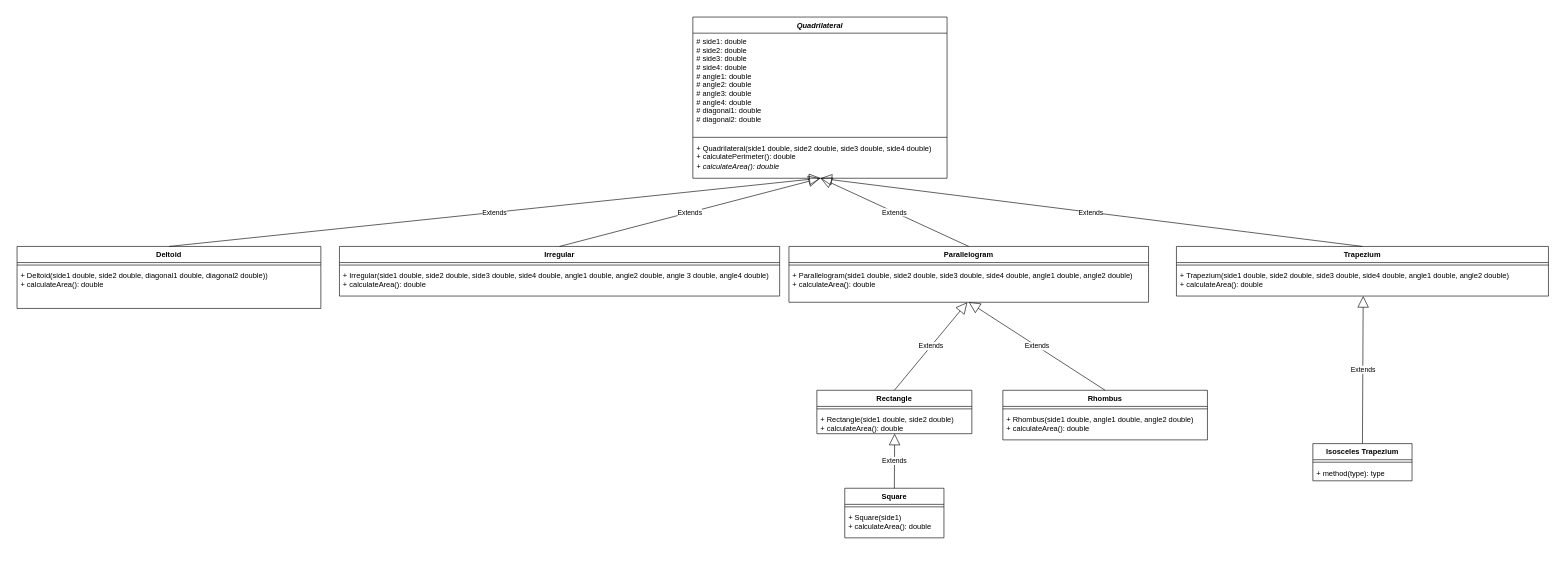
This is Week7/Inheritance_concepts/src/shapes/shapes.drawio from Julian-Florez/OOP-Project, a draw.io file, before an edit. Source tidied: cells renumbered, new cells numbered last; positions are measured from the earlier drawing's top-left corner, leaving out a move shared by most shapes. Both pictures are drawn from the tidied source at 62%, with x=0, y=0 at pixel (17, 17).
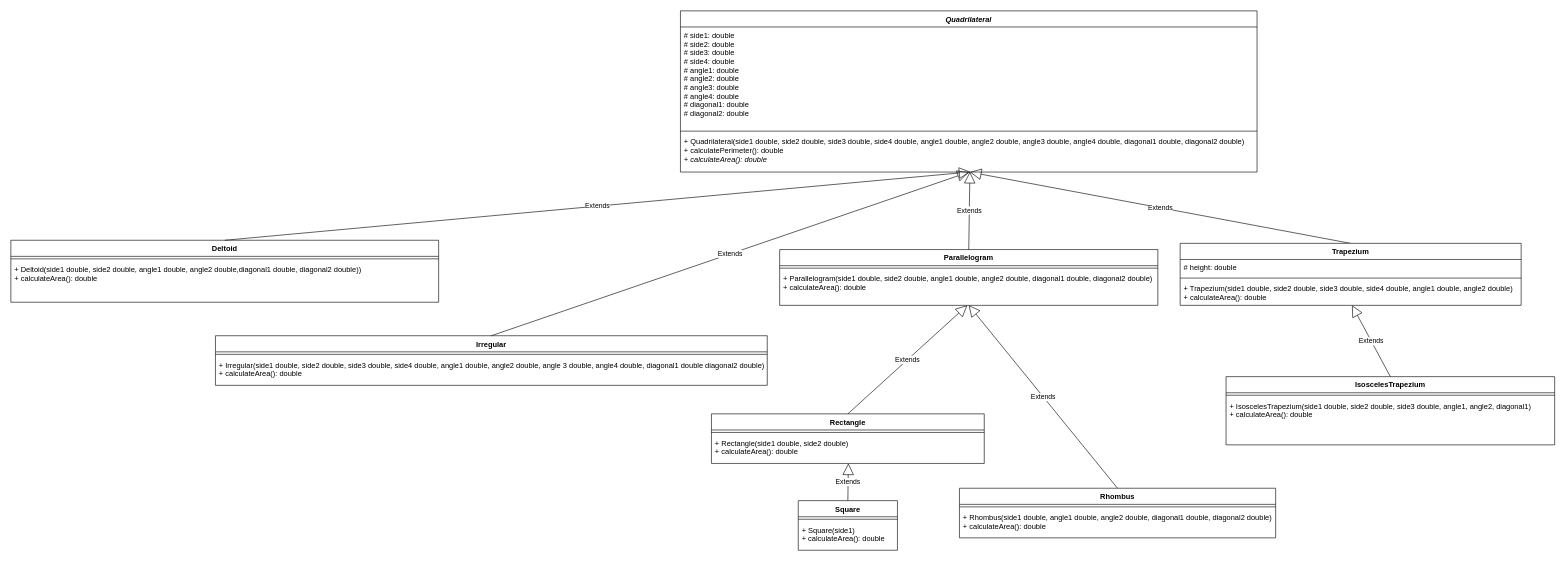
The same page after the edit.

Diff of the diagram source:
```diff
@@
     <mxCell id="2" value="Quadrilateral" style="swimlane;fontStyle=3;align=center;verticalAlign=top;horizontal=1;startSize=26;" parent="1" vertex="1">
-      <mxGeometry x="1090" width="410" height="260" as="geometry" />
+      <mxGeometry x="1070" y="-10" width="930" height="260" as="geometry" />
     </mxCell>
     <mxCell id="3" value="# side1: double&#10;# side2: double&#10;# side3: double&#10;# side4: double&#10;# angle1: double&#10;# angle2: double&#10;# angle3: double&#10;# angle4: double&#10;# diagonal1: double&#10;# diagonal2: double" style="text;strokeColor=none;fillColor=none;align=left;verticalAlign=top;spacingLeft=4;spacingRight=4;overflow=hidden;" parent="2" vertex="1">
-      <mxGeometry y="26" width="410" height="164" as="geometry" />
+      <mxGeometry y="26" width="930" height="164" as="geometry" />
     </mxCell>
     <mxCell id="4" style="line;strokeWidth=1;fillColor=none;align=left;verticalAlign=middle;spacingTop=-1;spacingLeft=3;spacingRight=3;labelPosition=right;strokeColor=inherit;" parent="2" vertex="1">
-      <mxGeometry y="190" width="410" height="8" as="geometry" />
+      <mxGeometry y="190" width="930" height="8" as="geometry" />
     </mxCell>
-    <mxCell id="5" value="+ Quadrilateral(side1 double, side2 double, side3 double, side4 double)&lt;br&gt;+ calculatePerimeter(): double&lt;br&gt;&lt;i&gt;+ calculateArea(): double&lt;/i&gt;" style="text;strokeColor=none;fillColor=none;align=left;verticalAlign=top;spacingLeft=4;spacingRight=4;overflow=hidden;points=[[0,0.5],[1,0.5]];portConstraint=eastwest;html=1;" parent="2" vertex="1">
-      <mxGeometry y="198" width="410" height="62" as="geometry" />
+    <mxCell id="5" value="+ Quadrilateral(side1 double, side2 double, side3 double, side4 double, angle1 double, angle2 double, angle3 double, angle4 double, diagonal1 double, diagonal2 double)&lt;br&gt;+ calculatePerimeter(): double&lt;br&gt;&lt;i&gt;+ calculateArea(): double&lt;/i&gt;" style="text;strokeColor=none;fillColor=none;align=left;verticalAlign=top;spacingLeft=4;spacingRight=4;overflow=hidden;points=[[0,0.5],[1,0.5]];portConstraint=eastwest;html=1;" parent="2" vertex="1">
+      <mxGeometry y="198" width="930" height="62" as="geometry" />
     </mxCell>
-    <mxCell id="6" value="Trapezium" style="swimlane;fontStyle=1;align=center;verticalAlign=top;horizontal=1;startSize=26;" parent="1" vertex="1">
-      <mxGeometry x="1870" y="370" width="600" height="80" as="geometry" />
-    </mxCell>
-    <mxCell id="7" style="line;strokeWidth=1;fillColor=none;align=left;verticalAlign=middle;spacingTop=-1;spacingLeft=3;spacingRight=3;labelPosition=right;strokeColor=inherit;" parent="6" vertex="1">
-      <mxGeometry y="26" width="600" height="8" as="geometry" />
-    </mxCell>
-    <mxCell id="8" value="+ Trapezium(side1 double, side2 double, side3 double, side4 double, angle1 double, angle2 double)&#10;+ calculateArea(): double" style="text;strokeColor=none;fillColor=none;align=left;verticalAlign=top;spacingLeft=4;spacingRight=4;overflow=hidden;points=[[0,0.5],[1,0.5]];portConstraint=eastwest;" parent="6" vertex="1">
-      <mxGeometry y="34" width="600" height="46" as="geometry" />
-    </mxCell>
     <mxCell id="9" value="Parallelogram" style="swimlane;fontStyle=1;align=center;verticalAlign=top;horizontal=1;startSize=26;" parent="1" vertex="1">
-      <mxGeometry x="1245" y="370" width="580" height="90" as="geometry" />
+      <mxGeometry x="1230" y="375" width="610" height="90" as="geometry" />
     </mxCell>
     <mxCell id="10" style="line;strokeWidth=1;fillColor=none;align=left;verticalAlign=middle;spacingTop=-1;spacingLeft=3;spacingRight=3;labelPosition=right;strokeColor=inherit;" parent="9" vertex="1">
-      <mxGeometry y="26" width="580" height="8" as="geometry" />
+      <mxGeometry y="26" width="610" height="8" as="geometry" />
     </mxCell>
-    <mxCell id="11" value="+ Parallelogram(side1 double, side2 double, side3 double, side4 double, angle1 double, angle2 double)&#10;+ calculateArea(): double" style="text;strokeColor=none;fillColor=none;align=left;verticalAlign=top;spacingLeft=4;spacingRight=4;overflow=hidden;points=[[0,0.5],[1,0.5]];portConstraint=eastwest;" parent="9" vertex="1">
-      <mxGeometry y="34" width="580" height="56" as="geometry" />
+    <mxCell id="11" value="+ Parallelogram(side1 double, side2 double, angle1 double, angle2 double, diagonal1 double, diagonal2 double)&#10;+ calculateArea(): double" style="text;strokeColor=none;fillColor=none;align=left;verticalAlign=top;spacingLeft=4;spacingRight=4;overflow=hidden;points=[[0,0.5],[1,0.5]];portConstraint=eastwest;" parent="9" vertex="1">
+      <mxGeometry y="34" width="610" height="56" as="geometry" />
     </mxCell>
     <mxCell id="12" value="Deltoid" style="swimlane;fontStyle=1;align=center;verticalAlign=top;horizontal=1;startSize=26;" parent="1" vertex="1">
-      <mxGeometry y="370" width="490" height="100" as="geometry" />
+      <mxGeometry x="-10" y="360" width="690" height="100" as="geometry" />
     </mxCell>
     <mxCell id="13" style="line;strokeWidth=1;fillColor=none;align=left;verticalAlign=middle;spacingTop=-1;spacingLeft=3;spacingRight=3;labelPosition=right;strokeColor=inherit;" parent="12" vertex="1">
-      <mxGeometry y="26" width="490" height="8" as="geometry" />
+      <mxGeometry y="26" width="690" height="8" as="geometry" />
     </mxCell>
-    <mxCell id="14" value="+ Deltoid(side1 double, side2 double, diagonal1 double, diagonal2 double))&#10;+ calculateArea(): double" style="text;strokeColor=none;fillColor=none;align=left;verticalAlign=top;spacingLeft=4;spacingRight=4;overflow=hidden;" parent="12" vertex="1">
-      <mxGeometry y="34" width="490" height="66" as="geometry" />
+    <mxCell id="14" value="+ Deltoid(side1 double, side2 double, angle1 double, angle2 double,diagonal1 double, diagonal2 double))&#10;+ calculateArea(): double" style="text;strokeColor=none;fillColor=none;align=left;verticalAlign=top;spacingLeft=4;spacingRight=4;overflow=hidden;" parent="12" vertex="1">
+      <mxGeometry y="34" width="690" height="66" as="geometry" />
     </mxCell>
     <mxCell id="15" value="Irregular" style="swimlane;fontStyle=1;align=center;verticalAlign=top;horizontal=1;startSize=26;" parent="1" vertex="1">
-      <mxGeometry x="520" y="370" width="710" height="80" as="geometry" />
+      <mxGeometry x="320" y="514" width="890" height="80" as="geometry" />
     </mxCell>
     <mxCell id="16" style="line;strokeWidth=1;fillColor=none;align=left;verticalAlign=middle;spacingTop=-1;spacingLeft=3;spacingRight=3;labelPosition=right;strokeColor=inherit;" parent="15" vertex="1">
-      <mxGeometry y="26" width="710" height="8" as="geometry" />
+      <mxGeometry y="26" width="890" height="8" as="geometry" />
     </mxCell>
-    <mxCell id="17" value="+ Irregular(side1 double, side2 double, side3 double, side4 double, angle1 double, angle2 double, angle 3 double, angle4 double)&#10;+ calculateArea(): double" style="text;strokeColor=none;fillColor=none;align=left;verticalAlign=top;spacingLeft=4;spacingRight=4;overflow=hidden;" parent="15" vertex="1">
-      <mxGeometry y="34" width="710" height="46" as="geometry" />
+    <mxCell id="17" value="+ Irregular(side1 double, side2 double, side3 double, side4 double, angle1 double, angle2 double, angle 3 double, angle4 double, diagonal1 double diagonal2 double)&#10;+ calculateArea(): double" style="text;strokeColor=none;fillColor=none;align=left;verticalAlign=top;spacingLeft=4;spacingRight=4;overflow=hidden;" parent="15" vertex="1">
+      <mxGeometry y="34" width="890" height="46" as="geometry" />
     </mxCell>
-    <mxCell id="18" value="Isosceles Trapezium" style="swimlane;fontStyle=1;align=center;verticalAlign=top;horizontal=1;startSize=26;" parent="1" vertex="1">
-      <mxGeometry x="2090" y="688" width="160" height="60" as="geometry" />
+    <mxCell id="18" value="IsoscelesTrapezium" style="swimlane;fontStyle=1;align=center;verticalAlign=top;horizontal=1;startSize=26;" parent="1" vertex="1">
+      <mxGeometry x="1950" y="580" width="530" height="110" as="geometry" />
     </mxCell>
     <mxCell id="19" style="line;strokeWidth=1;fillColor=none;align=left;verticalAlign=middle;spacingTop=-1;spacingLeft=3;spacingRight=3;labelPosition=right;strokeColor=inherit;" parent="18" vertex="1">
-      <mxGeometry y="26" width="160" height="8" as="geometry" />
+      <mxGeometry y="26" width="530" height="8" as="geometry" />
     </mxCell>
-    <mxCell id="20" value="+ method(type): type" style="text;strokeColor=none;fillColor=none;align=left;verticalAlign=top;spacingLeft=4;spacingRight=4;overflow=hidden;" parent="18" vertex="1">
-      <mxGeometry y="34" width="160" height="26" as="geometry" />
+    <mxCell id="20" value="+ IsoscelesTrapezium(side1 double, side2 double, side3 double, angle1, angle2, diagonal1)&#10;+ calculateArea(): double" style="text;strokeColor=none;fillColor=none;align=left;verticalAlign=top;spacingLeft=4;spacingRight=4;overflow=hidden;" parent="18" vertex="1">
+      <mxGeometry y="34" width="530" height="76" as="geometry" />
     </mxCell>
     <mxCell id="21" value="Rectangle" style="swimlane;fontStyle=1;align=center;verticalAlign=top;horizontal=1;startSize=26;" parent="1" vertex="1">
-      <mxGeometry x="1290" y="602" width="250" height="70" as="geometry" />
+      <mxGeometry x="1120" y="640" width="440" height="80" as="geometry" />
     </mxCell>
     <mxCell id="22" style="line;strokeWidth=1;fillColor=none;align=left;verticalAlign=middle;spacingTop=-1;spacingLeft=3;spacingRight=3;labelPosition=right;strokeColor=inherit;" parent="21" vertex="1">
-      <mxGeometry y="26" width="250" height="8" as="geometry" />
+      <mxGeometry y="26" width="440" height="8" as="geometry" />
     </mxCell>
     <mxCell id="23" value="+ Rectangle(side1 double, side2 double)&#10;+ calculateArea(): double" style="text;strokeColor=none;fillColor=none;align=left;verticalAlign=top;spacingLeft=4;spacingRight=4;overflow=hidden;points=[[0,0.5],[1,0.5]];portConstraint=eastwest;" parent="21" vertex="1">
-      <mxGeometry y="34" width="250" height="36" as="geometry" />
+      <mxGeometry y="34" width="440" height="46" as="geometry" />
     </mxCell>
     <mxCell id="24" value="Rhombus" style="swimlane;fontStyle=1;align=center;verticalAlign=top;horizontal=1;startSize=26;" parent="1" vertex="1">
-      <mxGeometry x="1590" y="602" width="330" height="80" as="geometry" />
+      <mxGeometry x="1520" y="760" width="510" height="80" as="geometry" />
     </mxCell>
     <mxCell id="25" style="line;strokeWidth=1;fillColor=none;align=left;verticalAlign=middle;spacingTop=-1;spacingLeft=3;spacingRight=3;labelPosition=right;strokeColor=inherit;" parent="24" vertex="1">
-      <mxGeometry y="26" width="330" height="8" as="geometry" />
+      <mxGeometry y="26" width="510" height="8" as="geometry" />
     </mxCell>
-    <mxCell id="26" value="+ Rhombus(side1 double, angle1 double, angle2 double)&#10;+ calculateArea(): double" style="text;strokeColor=none;fillColor=none;align=left;verticalAlign=top;spacingLeft=4;spacingRight=4;overflow=hidden;" parent="24" vertex="1">
-      <mxGeometry y="34" width="330" height="46" as="geometry" />
+    <mxCell id="26" value="+ Rhombus(side1 double, angle1 double, angle2 double, diagonal1 double, diagonal2 double)&#10;+ calculateArea(): double" style="text;strokeColor=none;fillColor=none;align=left;verticalAlign=top;spacingLeft=4;spacingRight=4;overflow=hidden;" parent="24" vertex="1">
+      <mxGeometry y="34" width="510" height="46" as="geometry" />
     </mxCell>
     <mxCell id="27" value="Square" style="swimlane;fontStyle=1;align=center;verticalAlign=top;horizontal=1;startSize=26;" parent="1" vertex="1">
-      <mxGeometry x="1335" y="760" width="160" height="80" as="geometry" />
+      <mxGeometry x="1260" y="780" width="160" height="80" as="geometry" />
     </mxCell>
@@
-    <mxCell id="34" value="Extends" style="endArrow=block;endSize=16;endFill=0;html=1;exitX=0.5;exitY=0;exitDx=0;exitDy=0;entryX=0.502;entryY=0.999;entryDx=0;entryDy=0;entryPerimeter=0;" parent="1" edge="1" source="18" target="8">
+    <mxCell id="34" value="Extends" style="endArrow=block;endSize=16;endFill=0;html=1;exitX=0.5;exitY=0;exitDx=0;exitDy=0;entryX=0.504;entryY=0.998;entryDx=0;entryDy=0;entryPerimeter=0;" parent="1" edge="1" source="18" target="8">
       <mxGeometry relative="1" as="geometry" />
     </mxCell>
@@
+    <mxCell id="6" value="Trapezium" style="swimlane;fontStyle=1;align=center;verticalAlign=top;horizontal=1;startSize=26;" parent="1" vertex="1">
+      <mxGeometry x="1876" y="365" width="550" height="100" as="geometry" />
+    </mxCell>
+    <mxCell id="38" value="# height: double" style="text;strokeColor=none;fillColor=none;align=left;verticalAlign=top;spacingLeft=4;spacingRight=4;overflow=hidden;" parent="6" vertex="1">
+      <mxGeometry y="26" width="550" height="26" as="geometry" />
+    </mxCell>
+    <mxCell id="39" style="line;strokeWidth=1;fillColor=none;align=left;verticalAlign=middle;spacingTop=-1;spacingLeft=3;spacingRight=3;labelPosition=right;strokeColor=inherit;" parent="6" vertex="1">
+      <mxGeometry y="52" width="550" height="8" as="geometry" />
+    </mxCell>
+    <mxCell id="8" value="+ Trapezium(side1 double, side2 double, side3 double, side4 double, angle1 double, angle2 double)&#10;+ calculateArea(): double" style="text;strokeColor=none;fillColor=none;align=left;verticalAlign=top;spacingLeft=4;spacingRight=4;overflow=hidden;points=[[0,0.5],[1,0.5]];portConstraint=eastwest;" parent="6" vertex="1">
+      <mxGeometry y="60" width="550" height="40" as="geometry" />
+    </mxCell>
```
